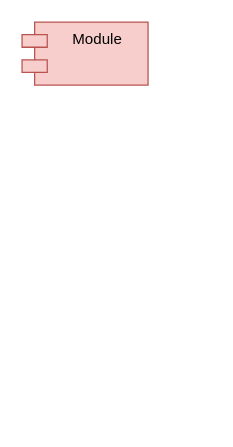
xivind/sandbox keeps this draw.io diagram as diagrams/Architecture.drawio. Above is the earlier version. Source tidied: cells renumbered, new cells numbered last; positions are measured from the earlier drawing's top-left corner, leaving out a move shared by most shapes. Both pictures are drawn from the tidied source at 126%, with x=0, y=0 at pixel (21, 21).
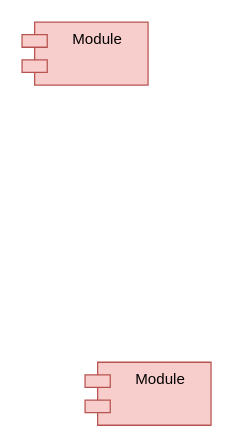
The same page after the edit.

The edit, as a diff of the source:
```diff
@@
 <mxGraphModel>
   <root>
     <mxCell id="0" />
     <mxCell id="1" parent="0" />
     <mxCell id="2" value="Module" style="shape=module;align=left;spacingLeft=20;align=center;verticalAlign=top;whiteSpace=wrap;html=1;fillColor=#f8cecc;strokeColor=#b85450;" parent="1" vertex="1">
       <mxGeometry width="100" height="50" as="geometry" />
     </mxCell>
+    <mxCell id="3" value="Module" style="shape=module;align=left;spacingLeft=20;align=center;verticalAlign=top;whiteSpace=wrap;html=1;fillColor=#f8cecc;strokeColor=#b85450;" parent="1" vertex="1">
+      <mxGeometry x="50" y="270" width="100" height="50" as="geometry" />
+    </mxCell>
   </root>
 </mxGraphModel>
```
